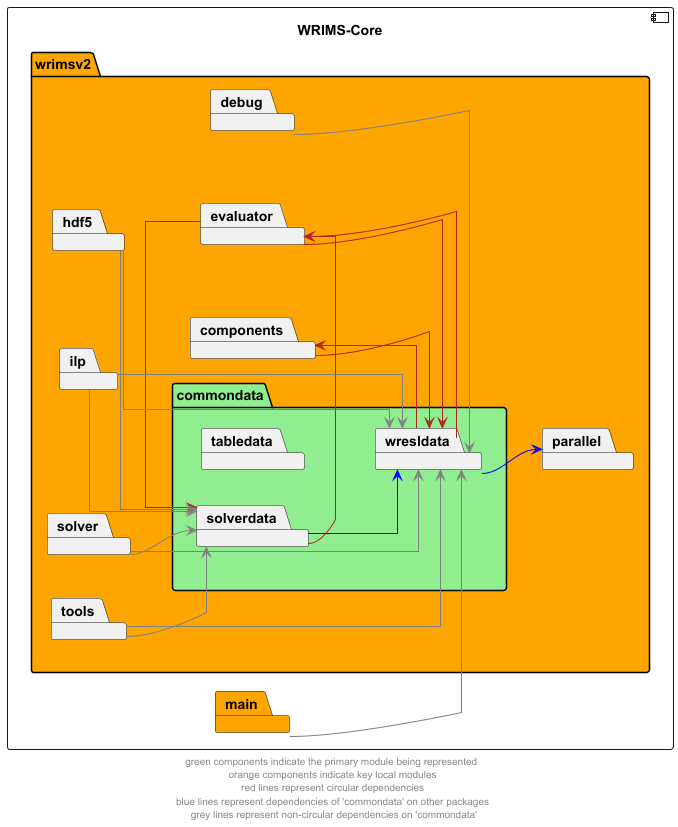
Before: docs/diagrams/wrims-core/wrims-core_commondata.png, a diagram exported from PlantUML (CentralValleyModeling/wrims).
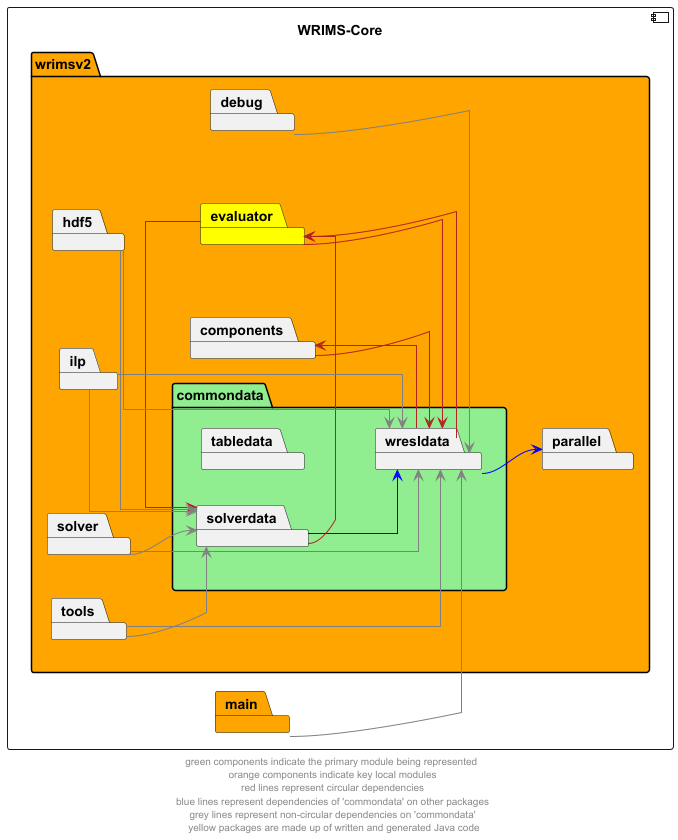
Above is the later version.

Change to the diagram source:
```diff
@@ -12,7 +12,7 @@
             }
 
         package debug
-        package evaluator
+        package evaluator #yellow
         package parallel
         package components
         package hdf5
@@ -47,5 +47,5 @@
 evaluator -d[hidden]-> tabledata
 evaluator -l[hidden]-> commondata
 
-footer "green components indicate the primary module being represented \n orange components indicate key local modules \n red lines represent circular dependencies \n blue lines represent dependencies of 'commondata' on other packages \n grey lines represent non-circular dependencies on 'commondata'"
+footer "green components indicate the primary module being represented \n orange components indicate key local modules \n red lines represent circular dependencies \n blue lines represent dependencies of 'commondata' on other packages \n grey lines represent non-circular dependencies on 'commondata' \n yellow packages are made up of written and generated Java code"
 @enduml
```
